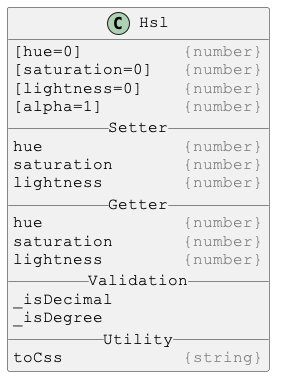
Earlier version of the PlantUML export docs/PlantUml/images/Hsl.png (Justin-Byrne/canvasLab).
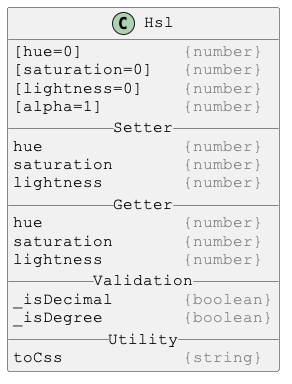
After the commit.

The edit, as a diff of the source:
```diff
@@ -17,8 +17,8 @@
 saturation       <color:gray>{number}</color>
 lightness        <color:gray>{number}</color>
 __ Validation __
-_isDecimal
-_isDegree
+_isDecimal       <color:gray>{boolean}</color>
+_isDegree        <color:gray>{boolean}</color>
 __ Utility __
 toCss            <color:gray>{string}</color>
 }
```
